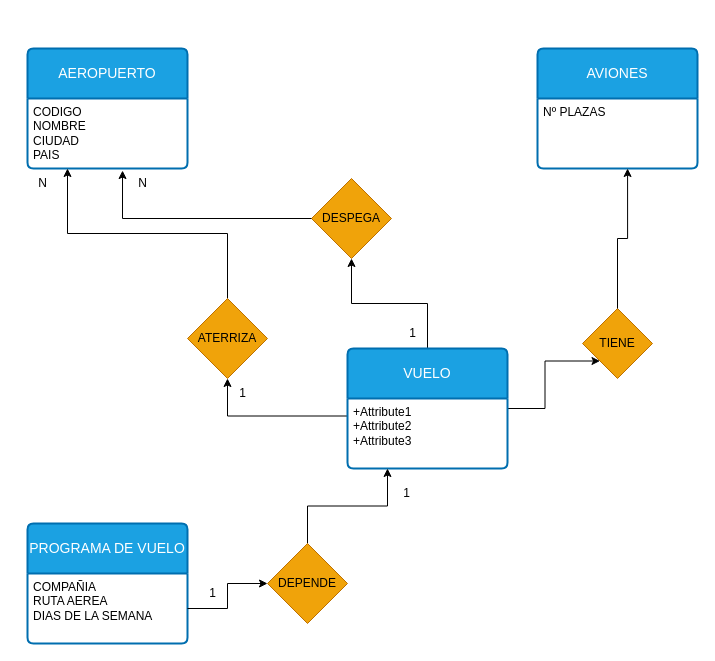
castilloubedaruben/Apuntes-1-DAW keeps this draw.io diagram as Base-Datos-Ruben/Diagrama aeropuerto, aviosnes, programa de vuelo.drawio. Above is the earlier version. Source tidied: cells renumbered, new cells numbered last; positions are measured from the earlier drawing's top-left corner, leaving out a move shared by most shapes. Both pictures are drawn from the tidied source at 100%, with x=0, y=0 at pixel (27, 48).
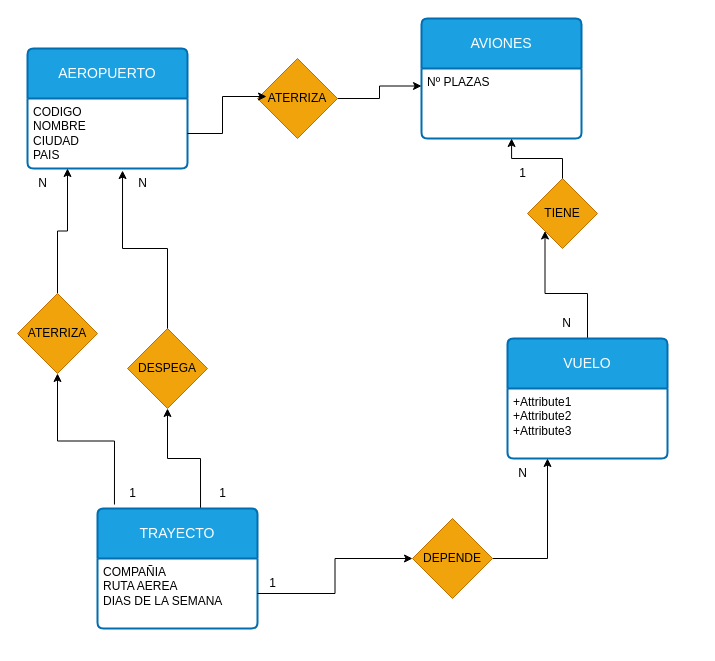
Above is the later version.

Unchanged cells that the change refers to:
```xml
<mxCell id="3" value="&lt;div&gt;CODIGO&lt;/div&gt;&lt;div&gt;NOMBRE&lt;/div&gt;&lt;div&gt;CIUDAD&lt;/div&gt;&lt;div&gt;PAIS&lt;/div&gt;" style="align=left;strokeColor=none;fillColor=none;spacingLeft=4;spacingRight=4;fontSize=12;verticalAlign=top;html=1;whiteSpace=wrap;" parent="2" vertex="1">
  <mxGeometry y="50" width="160" height="70" as="geometry" />
</mxCell>
<mxCell id="5" value="&lt;div&gt;Nº PLAZAS&lt;/div&gt;" style="align=left;strokeColor=none;fillColor=none;spacingLeft=4;spacingRight=4;fontSize=12;verticalAlign=top;html=1;whiteSpace=wrap;" parent="4" vertex="1">
  <mxGeometry y="50" width="160" height="70" as="geometry" />
</mxCell>
<mxCell id="20" value="+Attribute1&#10;+Attribute2&#10;+Attribute3" style="align=left;strokeColor=none;fillColor=none;spacingLeft=4;spacingRight=4;fontSize=12;verticalAlign=top;html=1;whiteSpace=wrap;" parent="19" vertex="1">
  <mxGeometry y="50" width="160" height="70" as="geometry" />
</mxCell>
```

Diff of the diagram source:
```diff
@@
     <mxCell id="4" value="&lt;div&gt;AVIONES&lt;/div&gt;" style="swimlane;horizontal=1;startSize=50;rounded=1;fontSize=14;fontStyle=0;strokeWidth=2;shadow=0;dashed=0;align=center;arcSize=4;whiteSpace=wrap;html=1;fillColor=#1ba1e2;fontColor=#ffffff;strokeColor=#006EAF;" parent="1" vertex="1">
-      <mxGeometry x="510" width="160" height="120" as="geometry" />
+      <mxGeometry x="394" y="-30" width="160" height="120" as="geometry" />
     </mxCell>
@@
-    <mxCell id="6" style="edgeStyle=orthogonalEdgeStyle;rounded=0;jettySize=auto;html=1;exitX=0;exitY=0.25;exitDx=0;exitDy=0;" parent="1" edge="1" source="20" target="11">
+    <mxCell id="6" style="edgeStyle=orthogonalEdgeStyle;rounded=0;jettySize=auto;html=1;exitX=0.106;exitY=-0.033;exitDx=0;exitDy=0;exitPerimeter=0;" parent="1" edge="1" source="8" target="11">
       <mxGeometry relative="1" as="geometry" />
     </mxCell>
-    <mxCell id="7" style="edgeStyle=orthogonalEdgeStyle;rounded=0;jettySize=auto;html=1;entryX=0.5;entryY=1;entryDx=0;entryDy=0;" parent="1" edge="1" source="19" target="12">
+    <mxCell id="7" style="edgeStyle=orthogonalEdgeStyle;rounded=0;jettySize=auto;html=1;entryX=0.5;entryY=1;entryDx=0;entryDy=0;exitX=0.644;exitY=0.025;exitDx=0;exitDy=0;exitPerimeter=0;" parent="1" edge="1" source="8" target="12">
       <mxGeometry relative="1" as="geometry" />
     </mxCell>
-    <mxCell id="8" value="PROGRAMA DE VUELO" style="swimlane;horizontal=1;startSize=50;rounded=1;fontSize=14;fontStyle=0;strokeWidth=2;shadow=0;dashed=0;align=center;arcSize=4;whiteSpace=wrap;html=1;fillColor=#1ba1e2;fontColor=#ffffff;strokeColor=#006EAF;" parent="1" vertex="1">
-      <mxGeometry y="475" width="160" height="120" as="geometry" />
+    <mxCell id="8" value="TRAYECTO" style="swimlane;horizontal=1;startSize=50;rounded=1;fontSize=14;fontStyle=0;strokeWidth=2;shadow=0;dashed=0;align=center;arcSize=4;whiteSpace=wrap;html=1;fillColor=#1ba1e2;fontColor=#ffffff;strokeColor=#006EAF;" parent="1" vertex="1">
+      <mxGeometry x="70" y="460" width="160" height="120" as="geometry" />
     </mxCell>
@@
     <mxCell id="11" value="ATERRIZA" style="rhombus;whiteSpace=wrap;html=1;fillColor=#f0a30a;fontColor=#000000;strokeColor=#BD7000;" parent="1" vertex="1">
-      <mxGeometry x="160" y="250" width="80" height="80" as="geometry" />
+      <mxGeometry x="-10" y="245" width="80" height="80" as="geometry" />
     </mxCell>
     <mxCell id="12" value="DESPEGA" style="rhombus;whiteSpace=wrap;html=1;fillColor=#f0a30a;fontColor=#000000;strokeColor=#BD7000;" parent="1" vertex="1">
-      <mxGeometry x="284" y="130" width="80" height="80" as="geometry" />
+      <mxGeometry x="100" y="280" width="80" height="80" as="geometry" />
     </mxCell>
@@
     <mxCell id="14" value="1" style="text;html=1;align=center;verticalAlign=middle;strokeColor=none;fillColor=none;" parent="1" vertex="1">
-      <mxGeometry x="200" y="330" width="30" height="30" as="geometry" />
+      <mxGeometry x="180" y="430" width="30" height="30" as="geometry" />
     </mxCell>
-    <mxCell id="15" value="1" style="text;html=1;align=center;verticalAlign=middle;strokeColor=none;fillColor=none;" parent="1" vertex="1">
-      <mxGeometry x="370" y="270" width="30" height="30" as="geometry" />
+    <mxCell id="15" value="N" style="text;html=1;align=center;verticalAlign=middle;strokeColor=none;fillColor=none;" parent="1" vertex="1">
+      <mxGeometry x="480" y="410" width="30" height="30" as="geometry" />
     </mxCell>
@@
     <mxCell id="19" value="VUELO" style="swimlane;horizontal=1;startSize=50;rounded=1;fontSize=14;fontStyle=0;strokeWidth=2;shadow=0;dashed=0;align=center;arcSize=4;whiteSpace=wrap;html=1;fillColor=#1ba1e2;fontColor=#ffffff;strokeColor=#006EAF;" parent="1" vertex="1">
-      <mxGeometry x="320" y="300" width="160" height="120" as="geometry" />
+      <mxGeometry x="480" y="290" width="160" height="120" as="geometry" />
     </mxCell>
@@
     <mxCell id="21" value="TIENE" style="rhombus;whiteSpace=wrap;html=1;fillColor=#f0a30a;fontColor=#000000;strokeColor=#BD7000;" parent="1" vertex="1">
-      <mxGeometry x="555" y="260" width="70" height="70" as="geometry" />
+      <mxGeometry x="500" y="130" width="70" height="70" as="geometry" />
     </mxCell>
@@
     <mxCell id="24" value="DEPENDE" style="rhombus;whiteSpace=wrap;html=1;fillColor=#f0a30a;fontColor=#000000;strokeColor=#BD7000;" parent="1" vertex="1">
-      <mxGeometry x="240" y="495" width="80" height="80" as="geometry" />
+      <mxGeometry x="385" y="470" width="80" height="80" as="geometry" />
     </mxCell>
@@
     <mxCell id="26" value="1" style="text;html=1;align=center;verticalAlign=middle;strokeColor=none;fillColor=none;" parent="1" vertex="1">
-      <mxGeometry x="170" y="530" width="30" height="30" as="geometry" />
+      <mxGeometry x="90" y="430" width="30" height="30" as="geometry" />
     </mxCell>
     <mxCell id="27" value="1" style="text;html=1;align=center;verticalAlign=middle;strokeColor=none;fillColor=none;" parent="1" vertex="1">
-      <mxGeometry x="364" y="430" width="30" height="30" as="geometry" />
+      <mxGeometry x="230" y="520" width="30" height="30" as="geometry" />
     </mxCell>
+    <mxCell id="28" style="edgeStyle=orthogonalEdgeStyle;rounded=0;jettySize=auto;html=1;entryX=0;entryY=0.25;entryDx=0;entryDy=0;" parent="1" edge="1" source="29" target="5">
+      <mxGeometry relative="1" as="geometry" />
+    </mxCell>
+    <mxCell id="29" value="ATERRIZA" style="rhombus;whiteSpace=wrap;html=1;fillColor=#f0a30a;fontColor=#000000;strokeColor=#BD7000;" parent="1" vertex="1">
+      <mxGeometry x="230" y="10" width="80" height="80" as="geometry" />
+    </mxCell>
+    <mxCell id="30" style="edgeStyle=orthogonalEdgeStyle;rounded=0;jettySize=auto;html=1;entryX=0.113;entryY=0.475;entryDx=0;entryDy=0;entryPerimeter=0;" parent="1" edge="1" source="3" target="29">
+      <mxGeometry relative="1" as="geometry" />
+    </mxCell>
+    <mxCell id="31" value="N" style="text;html=1;align=center;verticalAlign=middle;strokeColor=none;fillColor=none;" parent="1" vertex="1">
+      <mxGeometry x="524" y="260" width="30" height="30" as="geometry" />
+    </mxCell>
+    <mxCell id="32" value="1" style="text;html=1;align=center;verticalAlign=middle;strokeColor=none;fillColor=none;" parent="1" vertex="1">
+      <mxGeometry x="480" y="110" width="30" height="30" as="geometry" />
+    </mxCell>
```
